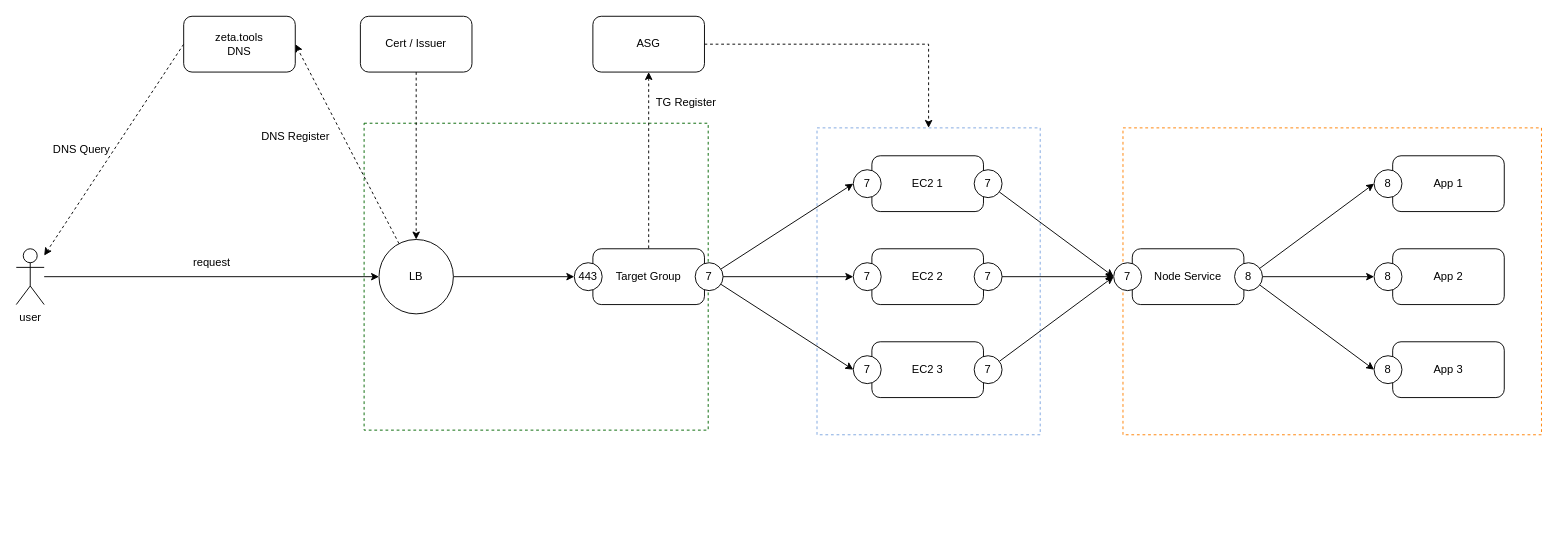
jiangtao7/draw.io keeps this draw.io diagram as eks_alb_targetgroup.drawio. Above is the earlier version. Source tidied: cells renumbered, new cells numbered last; positions are measured from the earlier drawing's top-left corner, leaving out a move shared by most shapes. Both pictures are drawn from the tidied source at 93%, with x=0, y=0 at pixel (16, 16).
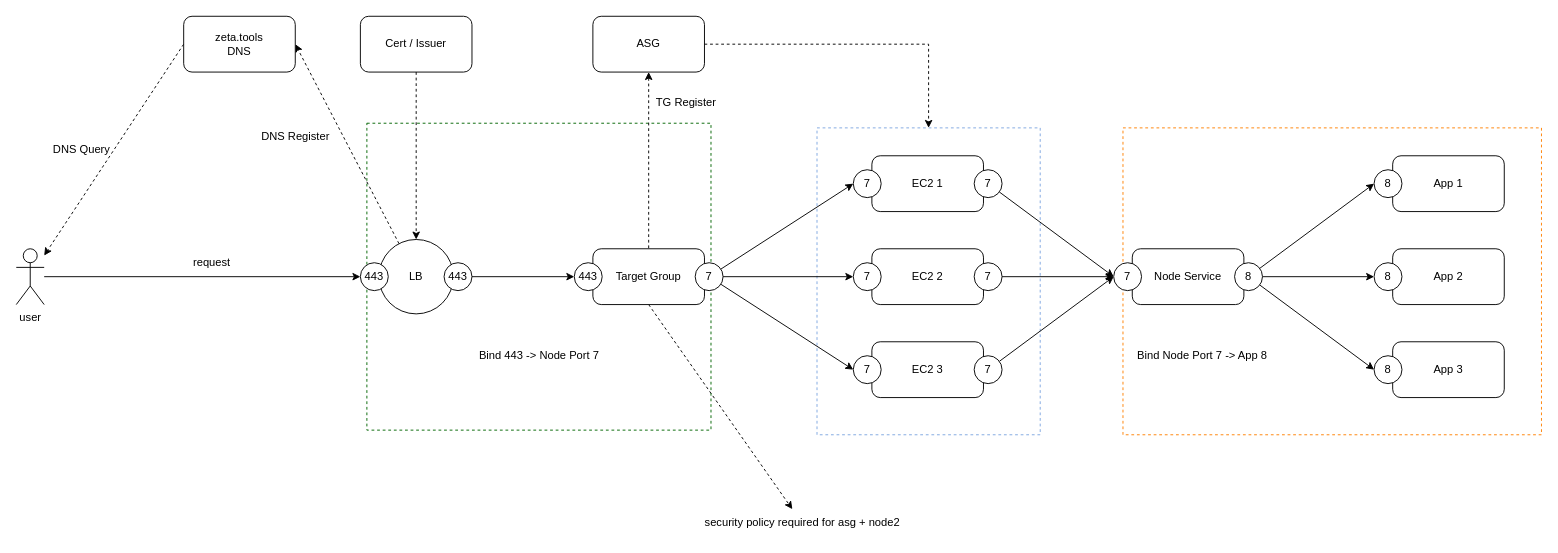
Above is the later version.

The change refers to these unchanged cells:
```xml
<mxCell id="7" value="LB" style="ellipse;whiteSpace=wrap;html=1;" parent="1" vertex="1">
  <mxGeometry x="390" y="240" width="80" height="80" as="geometry" />
</mxCell>
<mxCell id="8" value="Target Group" style="rounded=1;whiteSpace=wrap;html=1;" parent="1" vertex="1">
  <mxGeometry x="620" y="250" width="120" height="60" as="geometry" />
</mxCell>
<mxCell id="40" value="443" style="ellipse;whiteSpace=wrap;html=1;direction=south;" parent="1" vertex="1">
  <mxGeometry x="600" y="265" width="30" height="30" as="geometry" />
</mxCell>
<mxCell id="44" value="user" style="shape=umlActor;verticalLabelPosition=bottom;verticalAlign=top;html=1;outlineConnect=0;" parent="1" vertex="1">
  <mxGeometry y="250" width="30" height="60" as="geometry" />
</mxCell>
```

Diff of the diagram source:
```diff
@@
     <mxCell id="2" style="rounded=0;whiteSpace=wrap;html=1;dashed=1;strokeColor=#006600;" parent="1" vertex="1">
-      <mxGeometry x="374" y="115" width="370" height="330" as="geometry" />
+      <mxGeometry x="377" y="115" width="370" height="330" as="geometry" />
     </mxCell>
+    <mxCell id="51" style="edgeStyle=none;rounded=0;jettySize=auto;html=1;exitX=0.5;exitY=1;exitDx=0;exitDy=0;dashed=1;" parent="1" edge="1" source="8" target="58">
+      <mxGeometry relative="1" as="geometry" />
+    </mxCell>
@@
-    <mxCell id="5" style="edgeStyle=none;rounded=0;jettySize=auto;html=1;entryX=0.5;entryY=1;entryDx=0;entryDy=0;" parent="1" edge="1" source="7" target="40">
-      <mxGeometry relative="1" as="geometry" />
-    </mxCell>
@@
-    <mxCell id="43" style="edgeStyle=orthogonalEdgeStyle;rounded=0;jettySize=auto;html=1;entryX=0;entryY=0.5;entryDx=0;entryDy=0;" parent="1" edge="1" source="44" target="7">
-      <mxGeometry relative="1" as="geometry" />
-    </mxCell>
+    <mxCell id="52" style="edgeStyle=none;rounded=0;jettySize=auto;html=1;entryX=0.5;entryY=1;entryDx=0;entryDy=0;" parent="1" edge="1" source="44" target="53">
+      <mxGeometry relative="1" as="geometry" />
+    </mxCell>
@@
+    <mxCell id="53" value="443" style="ellipse;whiteSpace=wrap;html=1;direction=south;" parent="1" vertex="1">
+      <mxGeometry x="370" y="265" width="30" height="30" as="geometry" />
+    </mxCell>
+    <mxCell id="54" style="edgeStyle=none;rounded=0;jettySize=auto;html=1;entryX=0.5;entryY=1;entryDx=0;entryDy=0;" parent="1" edge="1" source="55" target="40">
+      <mxGeometry relative="1" as="geometry" />
+    </mxCell>
+    <mxCell id="55" value="443" style="ellipse;whiteSpace=wrap;html=1;direction=south;" parent="1" vertex="1">
+      <mxGeometry x="460" y="265" width="30" height="30" as="geometry" />
+    </mxCell>
+    <mxCell id="56" value="Bind 443 -&amp;gt; Node Port 7" style="text;html=1;align=center;verticalAlign=middle;strokeColor=none;fillColor=none;" parent="1" vertex="1">
+      <mxGeometry x="487" y="350" width="150" height="30" as="geometry" />
+    </mxCell>
+    <mxCell id="57" value="Bind Node Port 7 -&amp;gt; App 8" style="text;html=1;align=center;verticalAlign=middle;strokeColor=none;fillColor=none;" parent="1" vertex="1">
+      <mxGeometry x="1195" y="350" width="160" height="30" as="geometry" />
+    </mxCell>
+    <mxCell id="58" value="security policy required for asg + node2" style="text;html=1;align=center;verticalAlign=middle;points=[];strokeColor=none;fillColor=none;" parent="1" vertex="1">
+      <mxGeometry x="730" y="530" width="230" height="30" as="geometry" />
+    </mxCell>
```
